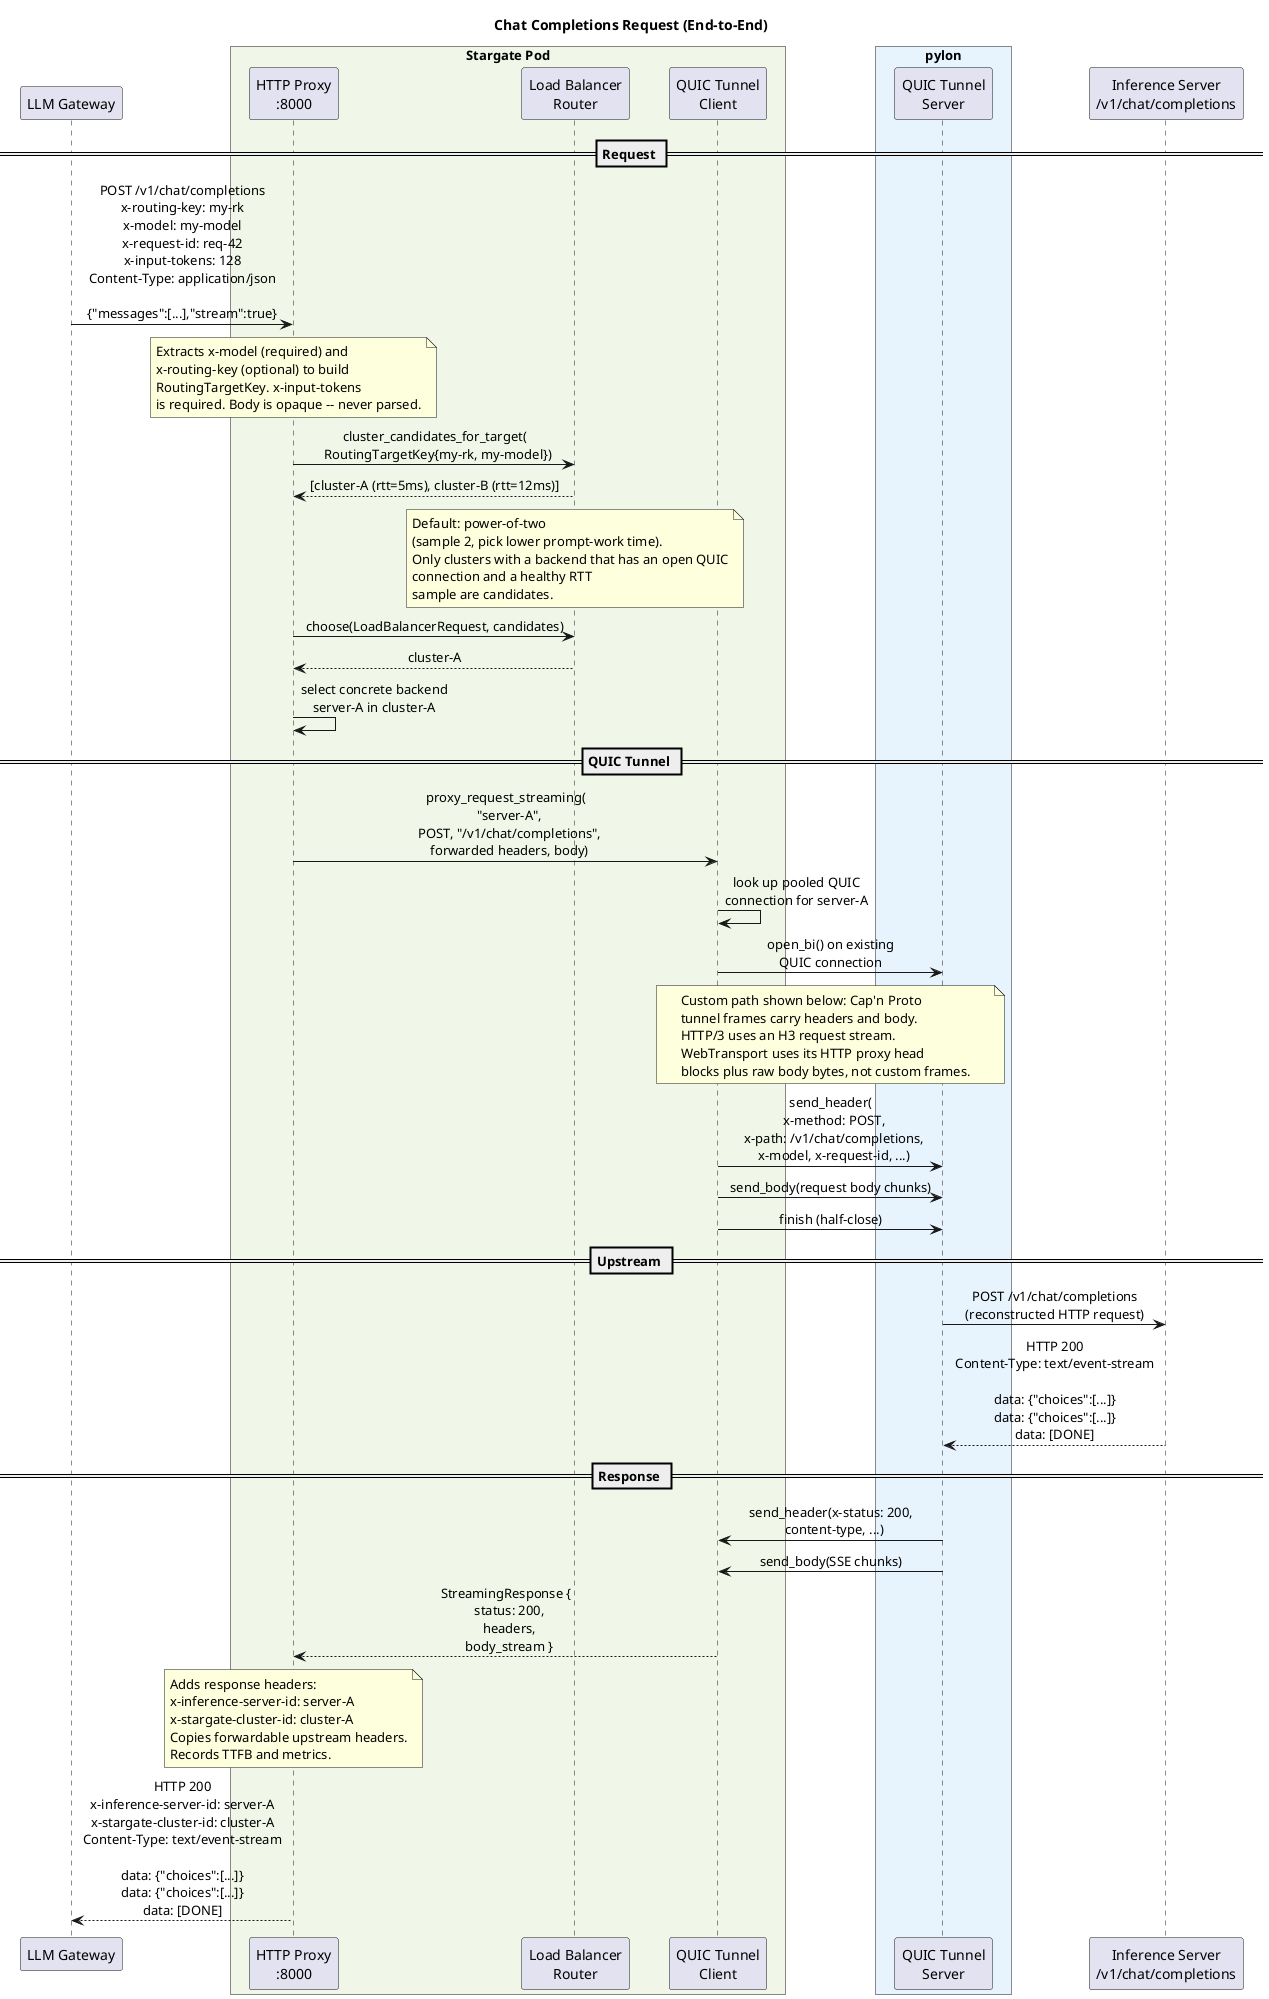
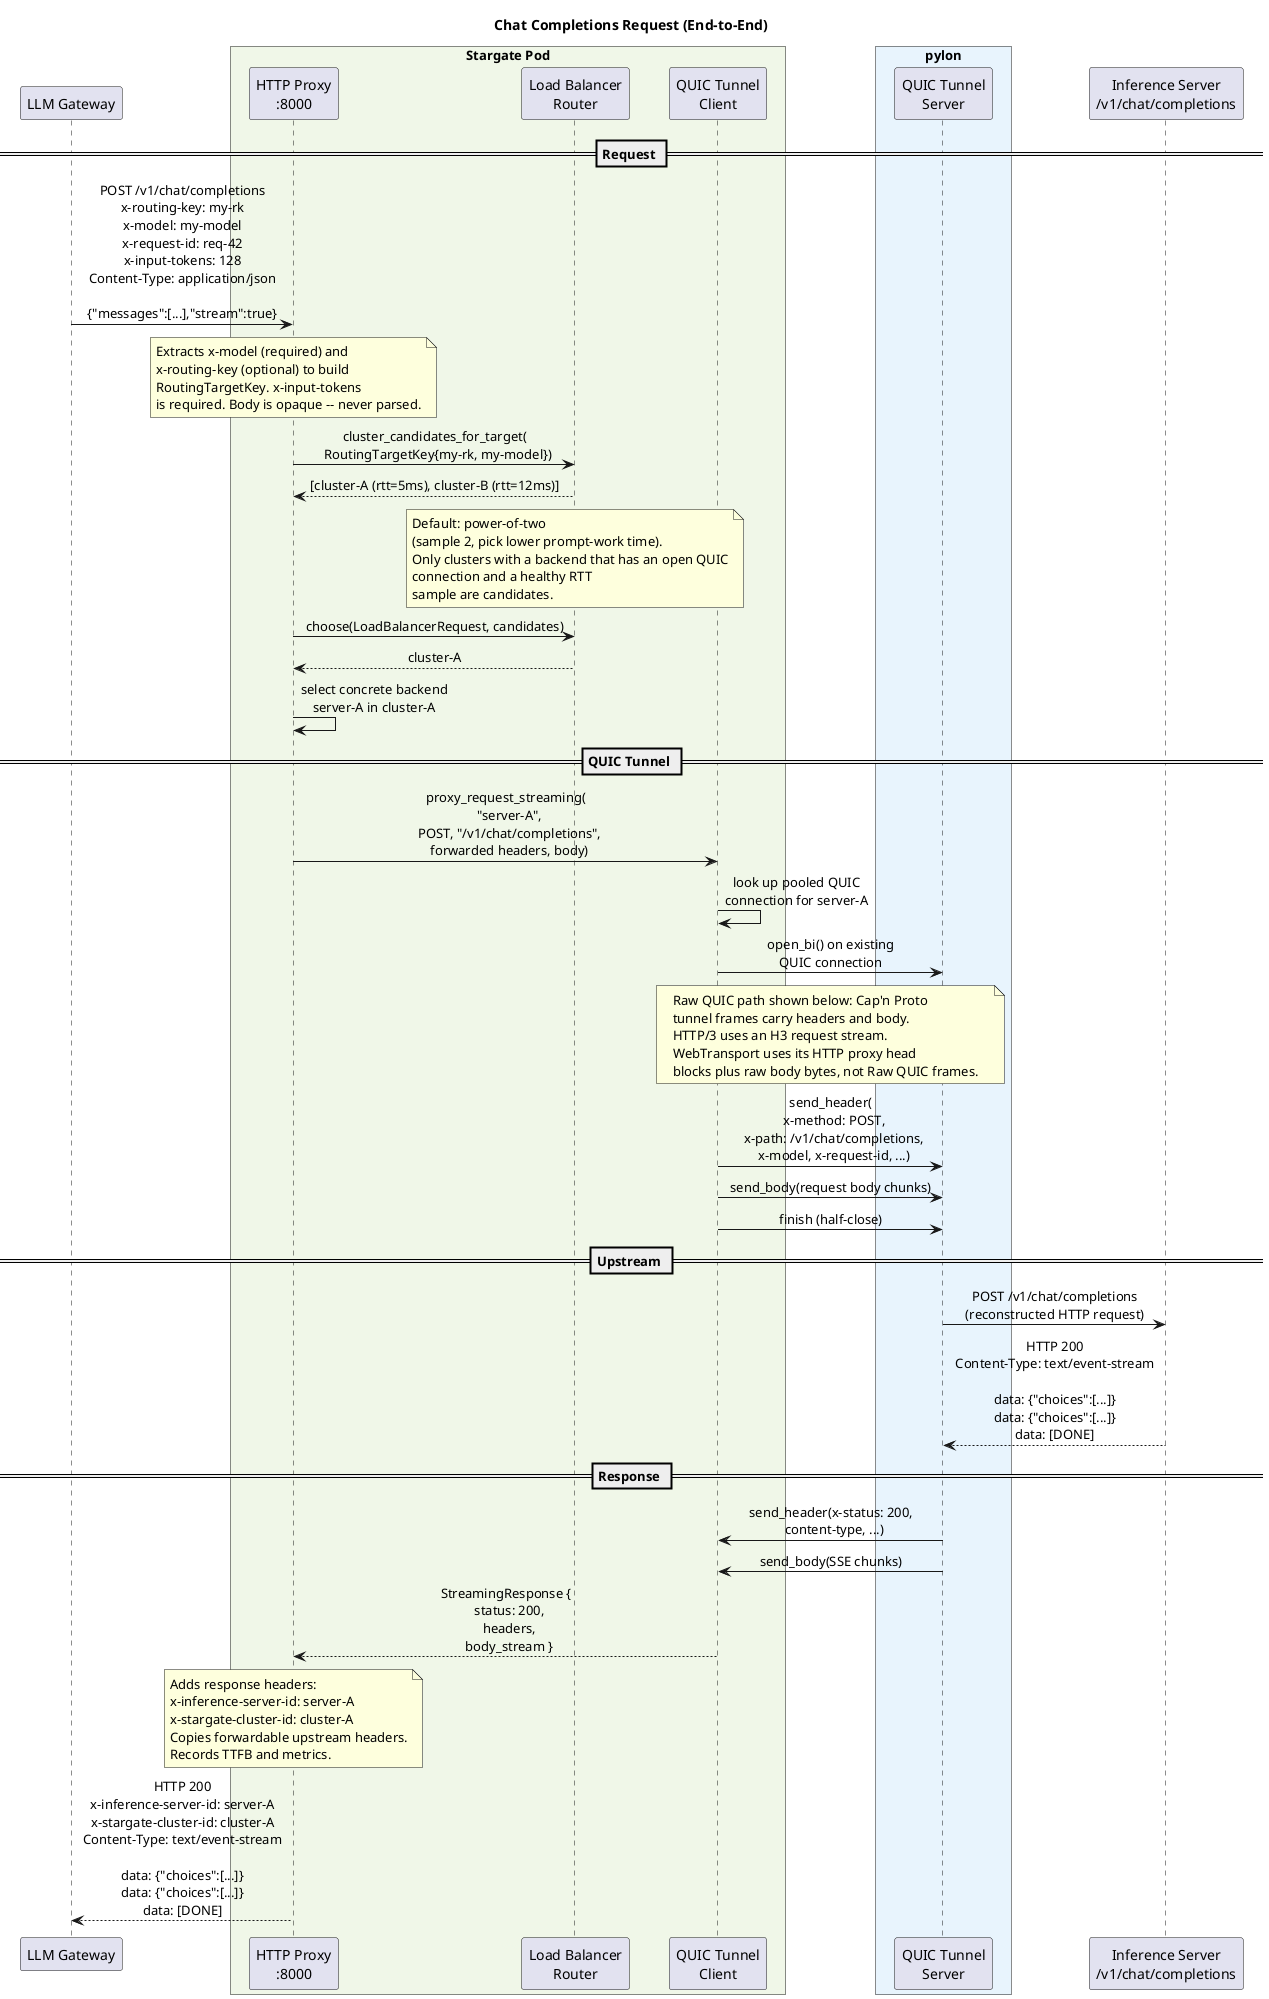
@startuml
title Chat Completions Request (End-to-End)

skinparam backgroundColor white
skinparam shadowing false
skinparam participantPadding 15
skinparam BoxPadding 10
skinparam sequenceMessageAlign center

participant "LLM Gateway" as Gateway

box "Stargate Pod" #f0f7e8
  participant "HTTP Proxy\n:8000" as Proxy
  participant "Load Balancer\nRouter" as LB
  participant "QUIC Tunnel\nClient" as QuicProxy
end box

box "pylon" #e8f4fd
  participant "QUIC Tunnel\nServer" as TunnelSvr
end box

participant "Inference Server\n/v1/chat/completions" as Upstream

== Request ==
Gateway -> Proxy: POST /v1/chat/completions\nx-routing-key: my-rk\nx-model: my-model\nx-request-id: req-42\nx-input-tokens: 128\nContent-Type: application/json\n\n{"messages":[...],"stream":true}

note over Proxy
  Extracts x-model (required) and
  x-routing-key (optional) to build
  RoutingTargetKey. x-input-tokens
  is required. Body is opaque -- never parsed.
end note

Proxy -> LB: cluster_candidates_for_target(\n  RoutingTargetKey{my-rk, my-model})
LB --> Proxy: [cluster-A (rtt=5ms), cluster-B (rtt=12ms)]

note over LB
  Default: power-of-two
  (sample 2, pick lower prompt-work time).
  Only clusters with a backend that has an open QUIC
  connection and a healthy RTT
  sample are candidates.
end note

Proxy -> LB: choose(LoadBalancerRequest, candidates)
LB --> Proxy: cluster-A
Proxy -> Proxy: select concrete backend\nserver-A in cluster-A

== QUIC Tunnel ==
Proxy -> QuicProxy: proxy_request_streaming(\n  "server-A",\n  POST, "/v1/chat/completions",\n  forwarded headers, body)

QuicProxy -> QuicProxy: look up pooled QUIC\nconnection for server-A

QuicProxy -> TunnelSvr: open_bi() on existing\nQUIC connection

note over QuicProxy,TunnelSvr
-   Custom path shown below: Cap'n Proto
+   Raw QUIC path shown below: Cap'n Proto
  tunnel frames carry headers and body.
  HTTP/3 uses an H3 request stream.
  WebTransport uses its HTTP proxy head
-   blocks plus raw body bytes, not custom frames.
+   blocks plus raw body bytes, not Raw QUIC frames.
end note

QuicProxy -> TunnelSvr: send_header(\n  x-method: POST,\n  x-path: /v1/chat/completions,\n  x-model, x-request-id, ...)
QuicProxy -> TunnelSvr: send_body(request body chunks)
QuicProxy -> TunnelSvr: finish (half-close)

== Upstream ==
TunnelSvr -> Upstream: POST /v1/chat/completions\n(reconstructed HTTP request)
Upstream --> TunnelSvr: HTTP 200\nContent-Type: text/event-stream\n\ndata: {"choices":[...]}\ndata: {"choices":[...]}\ndata: [DONE]

== Response ==
TunnelSvr -> QuicProxy: send_header(x-status: 200,\n  content-type, ...)
TunnelSvr -> QuicProxy: send_body(SSE chunks)

QuicProxy --> Proxy: StreamingResponse {\n  status: 200,\n  headers,\n  body_stream }

note over Proxy
  Adds response headers:
  x-inference-server-id: server-A
  x-stargate-cluster-id: cluster-A
  Copies forwardable upstream headers.
  Records TTFB and metrics.
end note

Proxy --> Gateway: HTTP 200\nx-inference-server-id: server-A\nx-stargate-cluster-id: cluster-A\nContent-Type: text/event-stream\n\ndata: {"choices":[...]}\ndata: {"choices":[...]}\ndata: [DONE]

@enduml
